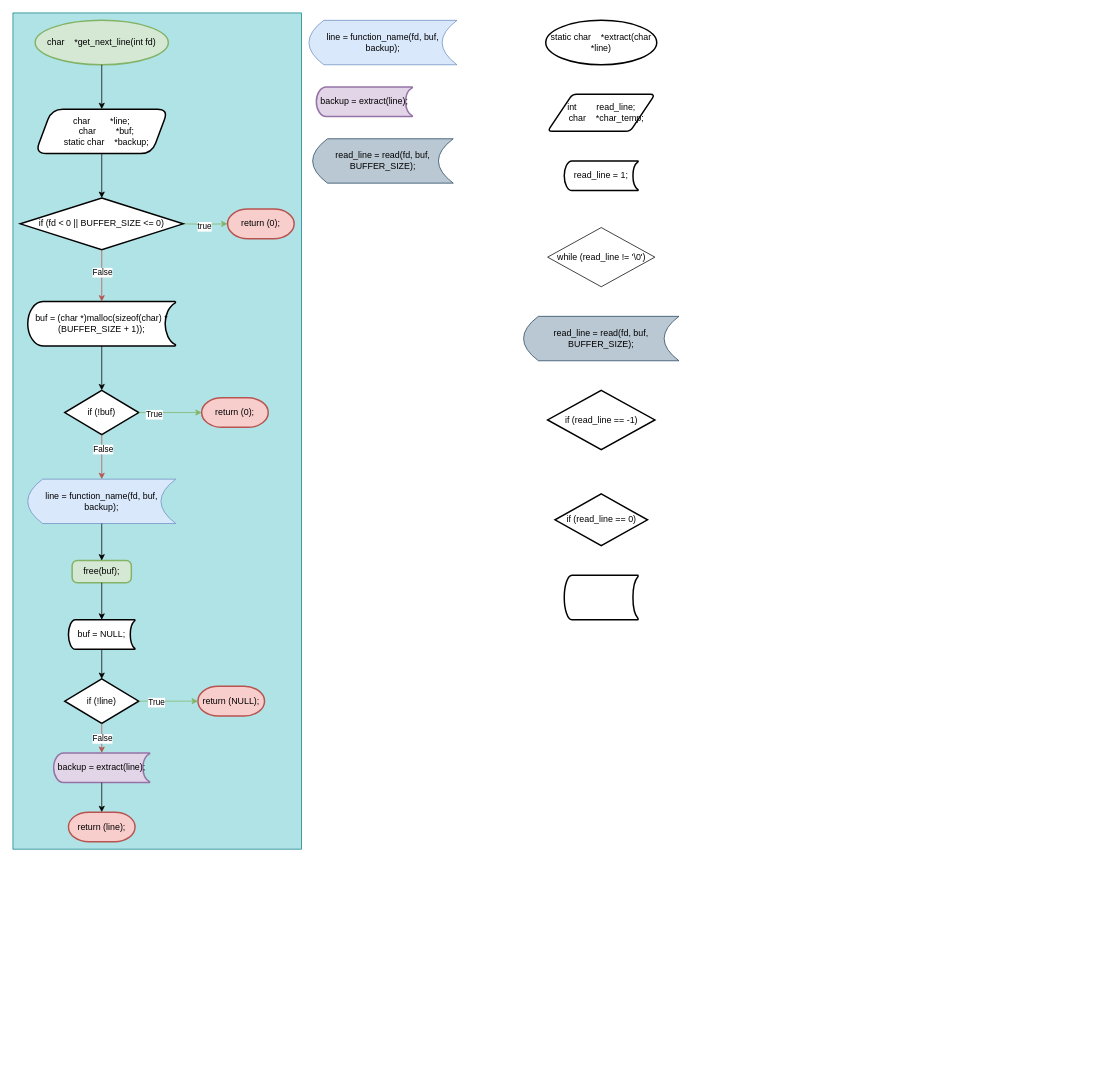
Above: get_next_line.drawio in cgonzalezn/get_next_line (draw.io), before the change. Source tidied: cells renumbered, new cells numbered last; positions are measured from the earlier drawing's top-left corner, leaving out a move shared by most shapes. Both pictures are drawn from the tidied source at 74%, with x=0, y=0 at pixel (13, 13).
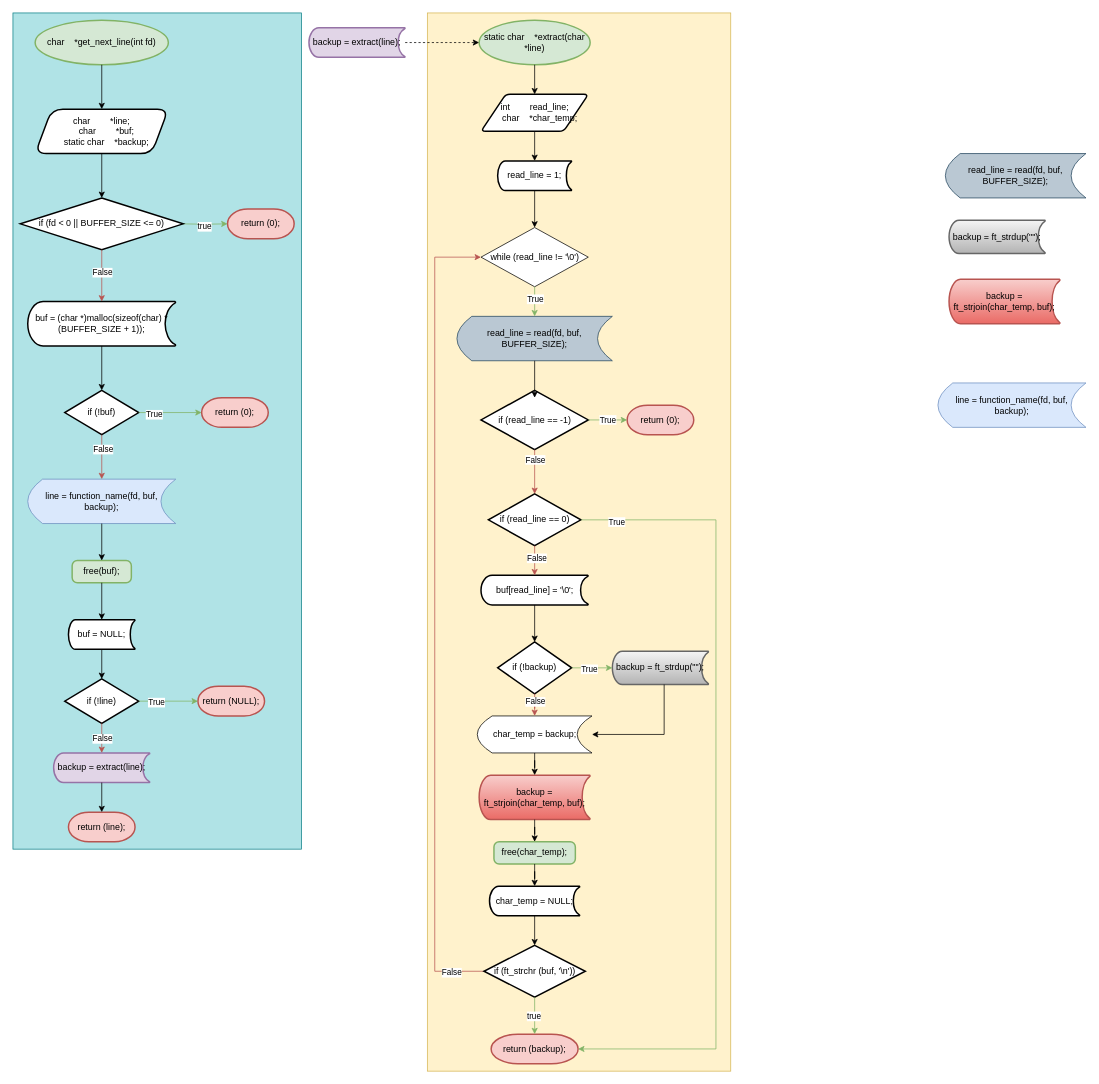
Above is the later version.

Diff of the diagram source:
```diff
@@
-    <mxCell id="2" value="backup = extract(line);" style="strokeWidth=2;html=1;shape=mxgraph.flowchart.stored_data;whiteSpace=wrap;fillColor=#e1d5e7;strokeColor=#9673a6;" parent="1" vertex="1">
-      <mxGeometry x="410" y="100" width="130" height="40" as="geometry" />
-    </mxCell>
     <mxCell id="3" value="line = function_name(fd, buf, backup);" style="shape=dataStorage;whiteSpace=wrap;html=1;fixedSize=1;fillColor=#dae8fc;strokeColor=#6c8ebf;" parent="1" vertex="1">
-      <mxGeometry x="400" y="10" width="200" height="60" as="geometry" />
+      <mxGeometry x="1250" y="500" width="200" height="60" as="geometry" />
     </mxCell>
@@
+    <mxCell id="44" value="read_line = read(fd, buf, BUFFER_SIZE);" style="shape=dataStorage;whiteSpace=wrap;html=1;fixedSize=1;fillColor=#bac8d3;strokeColor=#23445d;" parent="1" vertex="1">
+      <mxGeometry x="1260" y="190" width="190" height="60" as="geometry" />
+    </mxCell>
+    <mxCell id="48" value="backup = ft_strdup(&quot;&quot;);" style="strokeWidth=2;html=1;shape=mxgraph.flowchart.stored_data;whiteSpace=wrap;fillColor=#f5f5f5;gradientColor=#b3b3b3;strokeColor=#666666;" parent="1" vertex="1">
+      <mxGeometry x="1265" y="280" width="130" height="45" as="geometry" />
+    </mxCell>
+    <mxCell id="49" value="backup = ft_strjoin(char_temp, buf);" style="strokeWidth=2;html=1;shape=mxgraph.flowchart.stored_data;whiteSpace=wrap;fillColor=#f8cecc;gradientColor=#ea6b66;strokeColor=#b85450;" parent="1" vertex="1">
+      <mxGeometry x="1265" y="360" width="150" height="60" as="geometry" />
+    </mxCell>
+    <mxCell id="50" style="group;" parent="1" vertex="1">
+      <mxGeometry x="400" width="570" height="1430" as="geometry" />
+    </mxCell>
+    <mxCell id="51" style="group;" parent="50" vertex="1">
+      <mxGeometry x="150" width="420" height="1430" as="geometry" />
+    </mxCell>
+    <mxCell id="52" style="group;" parent="51" vertex="1">
+      <mxGeometry x="10" width="410" height="1430" as="geometry" />
+    </mxCell>
+    <mxCell id="53" style="group;fillColor=#fff2cc;strokeColor=#d6b656;" parent="52" vertex="1">
+      <mxGeometry width="410" height="1430" as="geometry" />
+    </mxCell>
-    <mxCell id="39" value="static char&amp;nbsp;&amp;nbsp;&amp;nbsp; *extract(char *line)" style="strokeWidth=2;html=1;shape=mxgraph.flowchart.start_1;whiteSpace=wrap;" parent="1" vertex="1">
-      <mxGeometry x="720" y="10" width="150" height="60" as="geometry" />
+    <mxCell id="39" value="static char&amp;nbsp;&amp;nbsp;&amp;nbsp; *extract(char *line)" style="strokeWidth=2;html=1;shape=mxgraph.flowchart.start_1;whiteSpace=wrap;fillColor=#d5e8d4;strokeColor=#82b366;" parent="52" vertex="1">
+      <mxGeometry x="70" y="10" width="150" height="60" as="geometry" />
     </mxCell>
-    <mxCell id="40" value="int&amp;nbsp;&amp;nbsp;&amp;nbsp; &amp;nbsp;&amp;nbsp;&amp;nbsp; read_line;&lt;br&gt;&amp;nbsp;&amp;nbsp; &amp;nbsp;char&amp;nbsp;&amp;nbsp;&amp;nbsp; *char_temp;" style="shape=parallelogram;html=1;strokeWidth=2;perimeter=parallelogramPerimeter;whiteSpace=wrap;rounded=1;arcSize=12;size=0.23;" parent="1" vertex="1">
-      <mxGeometry x="722.5" y="110" width="145" height="50" as="geometry" />
+    <mxCell id="40" value="int&amp;nbsp;&amp;nbsp;&amp;nbsp; &amp;nbsp;&amp;nbsp;&amp;nbsp; read_line;&lt;br&gt;&amp;nbsp;&amp;nbsp; &amp;nbsp;char&amp;nbsp;&amp;nbsp;&amp;nbsp; *char_temp;" style="shape=parallelogram;html=1;strokeWidth=2;perimeter=parallelogramPerimeter;whiteSpace=wrap;rounded=1;arcSize=12;size=0.23;" parent="52" vertex="1">
+      <mxGeometry x="72.5" y="110" width="145" height="50" as="geometry" />
     </mxCell>
+    <mxCell id="54" style="edgeStyle=orthogonalEdgeStyle;rounded=0;jettySize=auto;html=1;" parent="52" edge="1" source="39" target="40">
+      <mxGeometry relative="1" as="geometry" />
+    </mxCell>
-    <mxCell id="41" value="read_line = 1;" style="strokeWidth=2;html=1;shape=mxgraph.flowchart.stored_data;whiteSpace=wrap;" parent="1" vertex="1">
-      <mxGeometry x="745" y="200" width="100" height="40" as="geometry" />
+    <mxCell id="41" value="read_line = 1;" style="strokeWidth=2;html=1;shape=mxgraph.flowchart.stored_data;whiteSpace=wrap;" parent="52" vertex="1">
+      <mxGeometry x="95" y="200" width="100" height="40" as="geometry" />
     </mxCell>
+    <mxCell id="55" style="edgeStyle=orthogonalEdgeStyle;rounded=0;jettySize=auto;html=1;entryX=0.5;entryY=0;entryDx=0;entryDy=0;entryPerimeter=0;" parent="52" edge="1" source="40" target="41">
+      <mxGeometry relative="1" as="geometry" />
+    </mxCell>
-    <mxCell id="42" value="while (read_line != '\0')" style="rhombus;whiteSpace=wrap;html=1;" parent="1" vertex="1">
-      <mxGeometry x="722.5" y="290" width="145" height="80" as="geometry" />
+    <mxCell id="42" value="while (read_line != '\0')" style="rhombus;whiteSpace=wrap;html=1;" parent="52" vertex="1">
+      <mxGeometry x="72.5" y="290" width="145" height="80" as="geometry" />
     </mxCell>
+    <mxCell id="56" style="edgeStyle=orthogonalEdgeStyle;rounded=0;jettySize=auto;html=1;" parent="52" edge="1" source="41" target="42">
+      <mxGeometry relative="1" as="geometry" />
+    </mxCell>
-    <mxCell id="43" value="read_line = read(fd, buf, BUFFER_SIZE);" style="shape=dataStorage;whiteSpace=wrap;html=1;fixedSize=1;fillColor=#bac8d3;strokeColor=#23445d;" parent="1" vertex="1">
-      <mxGeometry x="690" y="410" width="210" height="60" as="geometry" />
+    <mxCell id="43" value="read_line = read(fd, buf, BUFFER_SIZE);" style="shape=dataStorage;whiteSpace=wrap;html=1;fixedSize=1;fillColor=#bac8d3;strokeColor=#23445d;" parent="52" vertex="1">
+      <mxGeometry x="40" y="410" width="210" height="60" as="geometry" />
     </mxCell>
-    <mxCell id="44" value="read_line = read(fd, buf, BUFFER_SIZE);" style="shape=dataStorage;whiteSpace=wrap;html=1;fixedSize=1;fillColor=#bac8d3;strokeColor=#23445d;" parent="1" vertex="1">
-      <mxGeometry x="405" y="170" width="190" height="60" as="geometry" />
-    </mxCell>
+    <mxCell id="57" style="edgeStyle=orthogonalEdgeStyle;rounded=0;jettySize=auto;html=1;fillColor=#d5e8d4;strokeColor=#82b366;" parent="52" edge="1" source="42" target="43">
+      <mxGeometry relative="1" as="geometry" />
+    </mxCell>
+    <mxCell id="58" value="True" style="edgeLabel;html=1;align=center;verticalAlign=middle;" parent="57" vertex="1">
+      <mxGeometry x="-0.22" relative="1" as="geometry" />
+    </mxCell>
-    <mxCell id="45" value="if (read_line == -1)" style="strokeWidth=2;html=1;shape=mxgraph.flowchart.decision;whiteSpace=wrap;" parent="1" vertex="1">
-      <mxGeometry x="722.5" y="510" width="145" height="80" as="geometry" />
+    <mxCell id="45" value="if (read_line == -1)" style="strokeWidth=2;html=1;shape=mxgraph.flowchart.decision;whiteSpace=wrap;" parent="52" vertex="1">
+      <mxGeometry x="72.5" y="510" width="145" height="80" as="geometry" />
     </mxCell>
+    <mxCell id="59" style="edgeStyle=orthogonalEdgeStyle;rounded=0;jettySize=auto;html=1;entryX=0.5;entryY=0.125;entryDx=0;entryDy=0;entryPerimeter=0;" parent="52" edge="1" source="43" target="45">
+      <mxGeometry relative="1" as="geometry" />
+    </mxCell>
-    <mxCell id="46" value="if (read_line == 0)" style="strokeWidth=2;html=1;shape=mxgraph.flowchart.decision;whiteSpace=wrap;" parent="1" vertex="1">
-      <mxGeometry x="732.5" y="650" width="125" height="70" as="geometry" />
+    <mxCell id="46" value="if (read_line == 0)" style="strokeWidth=2;html=1;shape=mxgraph.flowchart.decision;whiteSpace=wrap;" parent="52" vertex="1">
+      <mxGeometry x="82.5" y="650" width="125" height="70" as="geometry" />
     </mxCell>
+    <mxCell id="60" style="edgeStyle=orthogonalEdgeStyle;rounded=0;jettySize=auto;html=1;fillColor=#f8cecc;strokeColor=#b85450;" parent="52" edge="1" source="45" target="46">
+      <mxGeometry relative="1" as="geometry" />
+    </mxCell>
+    <mxCell id="61" value="False" style="edgeLabel;html=1;align=center;verticalAlign=middle;" parent="60" vertex="1">
+      <mxGeometry x="-0.56" relative="1" as="geometry" />
+    </mxCell>
-    <mxCell id="47" style="strokeWidth=2;html=1;shape=mxgraph.flowchart.stored_data;whiteSpace=wrap;" parent="1" vertex="1">
-      <mxGeometry x="745" y="760" width="100" height="60" as="geometry" />
+    <mxCell id="47" value="buf[read_line] = '\0';" style="strokeWidth=2;html=1;shape=mxgraph.flowchart.stored_data;whiteSpace=wrap;" parent="52" vertex="1">
+      <mxGeometry x="72.5" y="760" width="145" height="40" as="geometry" />
     </mxCell>
+    <mxCell id="62" style="edgeStyle=orthogonalEdgeStyle;rounded=0;jettySize=auto;html=1;fillColor=#f8cecc;strokeColor=#b85450;" parent="52" edge="1" source="46" target="47">
+      <mxGeometry relative="1" as="geometry" />
+    </mxCell>
+    <mxCell id="63" value="False" style="edgeLabel;html=1;align=center;verticalAlign=middle;" parent="62" vertex="1">
+      <mxGeometry x="-0.19" y="2" relative="1" as="geometry" />
+    </mxCell>
+    <mxCell id="64" value="if (!backup)" style="strokeWidth=2;html=1;shape=mxgraph.flowchart.decision;whiteSpace=wrap;" parent="52" vertex="1">
+      <mxGeometry x="95" y="850" width="100" height="70" as="geometry" />
+    </mxCell>
+    <mxCell id="65" style="edgeStyle=orthogonalEdgeStyle;rounded=0;jettySize=auto;html=1;entryX=0.5;entryY=0;entryDx=0;entryDy=0;entryPerimeter=0;" parent="52" edge="1" source="47" target="64">
+      <mxGeometry relative="1" as="geometry" />
+    </mxCell>
+    <mxCell id="66" value="backup = ft_strdup(&quot;&quot;);" style="strokeWidth=2;html=1;shape=mxgraph.flowchart.stored_data;whiteSpace=wrap;fillColor=#f5f5f5;gradientColor=#b3b3b3;strokeColor=#666666;" parent="52" vertex="1">
+      <mxGeometry x="250" y="862.5" width="130" height="45" as="geometry" />
+    </mxCell>
+    <mxCell id="67" style="edgeStyle=orthogonalEdgeStyle;rounded=0;jettySize=auto;html=1;fillColor=#d5e8d4;strokeColor=#82b366;" parent="52" edge="1" source="64" target="66">
+      <mxGeometry relative="1" as="geometry" />
+    </mxCell>
+    <mxCell id="68" value="True" style="edgeLabel;html=1;align=center;verticalAlign=middle;" parent="67" vertex="1">
+      <mxGeometry x="-0.18" y="-1" relative="1" as="geometry" />
+    </mxCell>
+    <mxCell id="69" value="char_temp = backup;" style="shape=dataStorage;whiteSpace=wrap;html=1;fixedSize=1;" parent="52" vertex="1">
+      <mxGeometry x="67.5" y="950" width="155" height="50" as="geometry" />
+    </mxCell>
+    <mxCell id="70" style="edgeStyle=orthogonalEdgeStyle;rounded=0;jettySize=auto;html=1;fillColor=#f8cecc;strokeColor=#b85450;" parent="52" edge="1" source="64" target="69">
+      <mxGeometry relative="1" as="geometry" />
+    </mxCell>
+    <mxCell id="71" value="False" style="edgeLabel;html=1;align=center;verticalAlign=middle;" parent="70" vertex="1">
+      <mxGeometry x="0.54" y="5" relative="1" as="geometry">
+        <mxPoint x="-5" y="-9" as="offset" />
+      </mxGeometry>
+    </mxCell>
+    <mxCell id="72" style="edgeStyle=orthogonalEdgeStyle;rounded=0;jettySize=auto;html=1;" parent="52" edge="1" source="66" target="69">
+      <mxGeometry relative="1" as="geometry">
+        <Array as="points">
+          <mxPoint x="320" y="975" />
+        </Array>
+      </mxGeometry>
+    </mxCell>
+    <mxCell id="73" value="backup = ft_strjoin(char_temp, buf);" style="strokeWidth=2;html=1;shape=mxgraph.flowchart.stored_data;whiteSpace=wrap;fillColor=#f8cecc;gradientColor=#ea6b66;strokeColor=#b85450;" parent="52" vertex="1">
+      <mxGeometry x="70" y="1030" width="150" height="60" as="geometry" />
+    </mxCell>
+    <mxCell id="74" style="edgeStyle=orthogonalEdgeStyle;rounded=0;jettySize=auto;html=1;" parent="52" edge="1" source="69" target="73">
+      <mxGeometry relative="1" as="geometry" />
+    </mxCell>
+    <mxCell id="75" value="free(char_temp);" style="rounded=1;whiteSpace=wrap;html=1;absoluteArcSize=1;arcSize=14;strokeWidth=2;fillColor=#d5e8d4;strokeColor=#82b366;" parent="52" vertex="1">
+      <mxGeometry x="90" y="1120" width="110" height="30" as="geometry" />
+    </mxCell>
+    <mxCell id="76" style="edgeStyle=orthogonalEdgeStyle;rounded=0;jettySize=auto;html=1;" parent="52" edge="1" source="73" target="75">
+      <mxGeometry relative="1" as="geometry" />
+    </mxCell>
+    <mxCell id="77" value="char_temp = NULL;" style="strokeWidth=2;html=1;shape=mxgraph.flowchart.stored_data;whiteSpace=wrap;" parent="52" vertex="1">
+      <mxGeometry x="84" y="1180" width="122" height="40" as="geometry" />
+    </mxCell>
+    <mxCell id="78" style="edgeStyle=orthogonalEdgeStyle;rounded=0;jettySize=auto;html=1;entryX=0.5;entryY=0;entryDx=0;entryDy=0;entryPerimeter=0;" parent="52" edge="1" source="75" target="77">
+      <mxGeometry relative="1" as="geometry" />
+    </mxCell>
+    <mxCell id="79" style="edgeStyle=orthogonalEdgeStyle;rounded=0;jettySize=auto;html=1;entryX=0;entryY=0.5;entryDx=0;entryDy=0;fillColor=#f8cecc;strokeColor=#b85450;" parent="52" edge="1" source="81" target="42">
+      <mxGeometry relative="1" as="geometry">
+        <Array as="points">
+          <mxPoint x="10" y="1295" />
+          <mxPoint x="10" y="330" />
+        </Array>
+      </mxGeometry>
+    </mxCell>
+    <mxCell id="80" value="False" style="edgeLabel;html=1;align=center;verticalAlign=middle;" parent="79" vertex="1">
+      <mxGeometry x="-0.92" y="1" relative="1" as="geometry" />
+    </mxCell>
+    <mxCell id="81" value="if (ft_strchr (buf, '\n'))" style="strokeWidth=2;html=1;shape=mxgraph.flowchart.decision;whiteSpace=wrap;" parent="52" vertex="1">
+      <mxGeometry x="76.5" y="1260" width="137" height="70" as="geometry" />
+    </mxCell>
+    <mxCell id="82" style="edgeStyle=orthogonalEdgeStyle;rounded=0;jettySize=auto;html=1;entryX=0.5;entryY=0;entryDx=0;entryDy=0;entryPerimeter=0;" parent="52" edge="1" source="77" target="81">
+      <mxGeometry relative="1" as="geometry" />
+    </mxCell>
+    <mxCell id="83" value="return (backup);" style="strokeWidth=2;html=1;shape=mxgraph.flowchart.terminator;whiteSpace=wrap;fillColor=#f8cecc;strokeColor=#b85450;" parent="52" vertex="1">
+      <mxGeometry x="86.2" y="1380" width="117.5" height="40" as="geometry" />
+    </mxCell>
+    <mxCell id="84" style="edgeStyle=orthogonalEdgeStyle;rounded=0;jettySize=auto;html=1;entryX=1;entryY=0.5;entryDx=0;entryDy=0;entryPerimeter=0;fillColor=#d5e8d4;strokeColor=#82b366;" parent="52" edge="1" source="46" target="83">
+      <mxGeometry relative="1" as="geometry">
+        <Array as="points">
+          <mxPoint x="390" y="685" />
+          <mxPoint x="390" y="1400" />
+        </Array>
+      </mxGeometry>
+    </mxCell>
+    <mxCell id="85" value="True" style="edgeLabel;html=1;align=center;verticalAlign=middle;" parent="84" vertex="1">
+      <mxGeometry x="-0.91" y="-2" relative="1" as="geometry">
+        <mxPoint x="-1" as="offset" />
+      </mxGeometry>
+    </mxCell>
+    <mxCell id="86" style="edgeStyle=orthogonalEdgeStyle;rounded=0;jettySize=auto;html=1;fillColor=#d5e8d4;gradientColor=#97d077;strokeColor=#82b366;" parent="52" edge="1" source="81" target="83">
+      <mxGeometry relative="1" as="geometry" />
+    </mxCell>
+    <mxCell id="87" value="true" style="edgeLabel;html=1;align=center;verticalAlign=middle;" parent="86" vertex="1">
+      <mxGeometry y="-2" relative="1" as="geometry" />
+    </mxCell>
+    <mxCell id="88" value="return (0);" style="strokeWidth=2;html=1;shape=mxgraph.flowchart.terminator;whiteSpace=wrap;fillColor=#f8cecc;strokeColor=#b85450;" parent="52" vertex="1">
+      <mxGeometry x="270" y="530" width="90" height="40" as="geometry" />
+    </mxCell>
+    <mxCell id="89" style="edgeStyle=orthogonalEdgeStyle;rounded=0;jettySize=auto;html=1;fillColor=#d5e8d4;strokeColor=#82b366;" parent="52" edge="1" source="45" target="88">
+      <mxGeometry relative="1" as="geometry" />
+    </mxCell>
+    <mxCell id="90" value="True" style="edgeLabel;html=1;align=center;verticalAlign=middle;" parent="89" vertex="1">
+      <mxGeometry x="-0.01" y="1" relative="1" as="geometry" />
+    </mxCell>
+    <mxCell id="2" value="backup = extract(line);" style="strokeWidth=2;html=1;shape=mxgraph.flowchart.stored_data;whiteSpace=wrap;fillColor=#e1d5e7;strokeColor=#9673a6;" parent="50" vertex="1">
+      <mxGeometry y="20" width="130" height="40" as="geometry" />
+    </mxCell>
+    <mxCell id="91" style="edgeStyle=orthogonalEdgeStyle;rounded=0;jettySize=auto;html=1;entryX=0;entryY=0.5;entryDx=0;entryDy=0;entryPerimeter=0;dashed=1;" parent="50" edge="1" source="2" target="39">
+      <mxGeometry relative="1" as="geometry" />
+    </mxCell>
```
